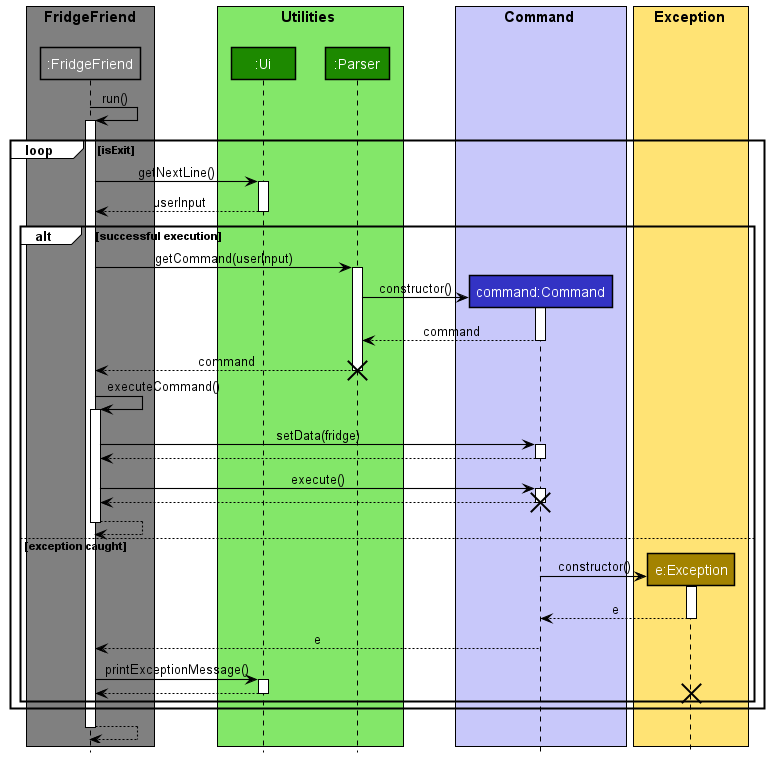
The PlantUML diagram docs/diagrams/diagram_images/MainLogicSequenceDiagram.png in nus-cs2113-AY2021S2/tp, before a commit.
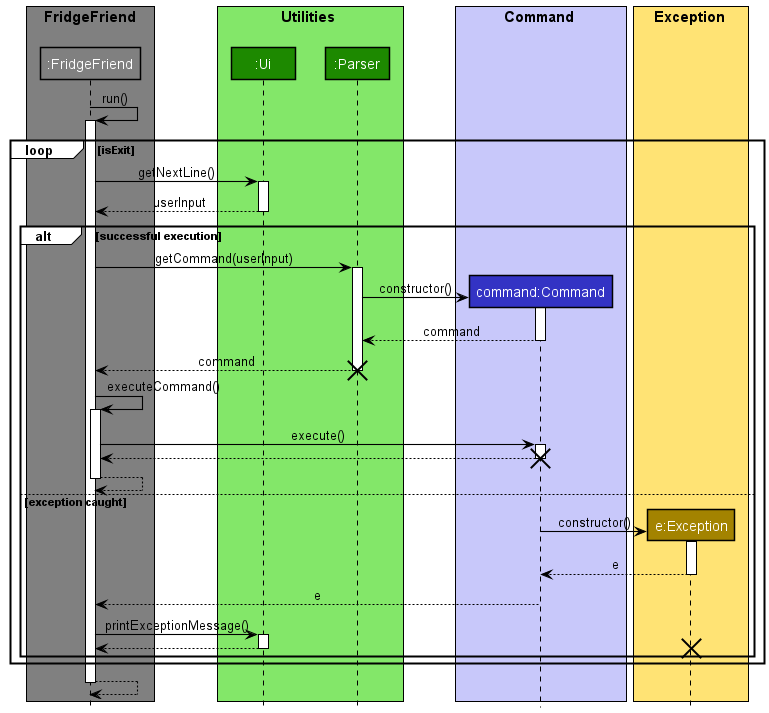
Above is the later version.

The edit, as a diff of the source:
```diff
@@ -33,8 +33,6 @@
         destroy parser
 
         fridgefriend -> fridgefriend: executeCommand()
-        fridgefriend -> command: setData(fridge)
-        return
         fridgefriend -> command: execute()
         return
         destroy command
```
